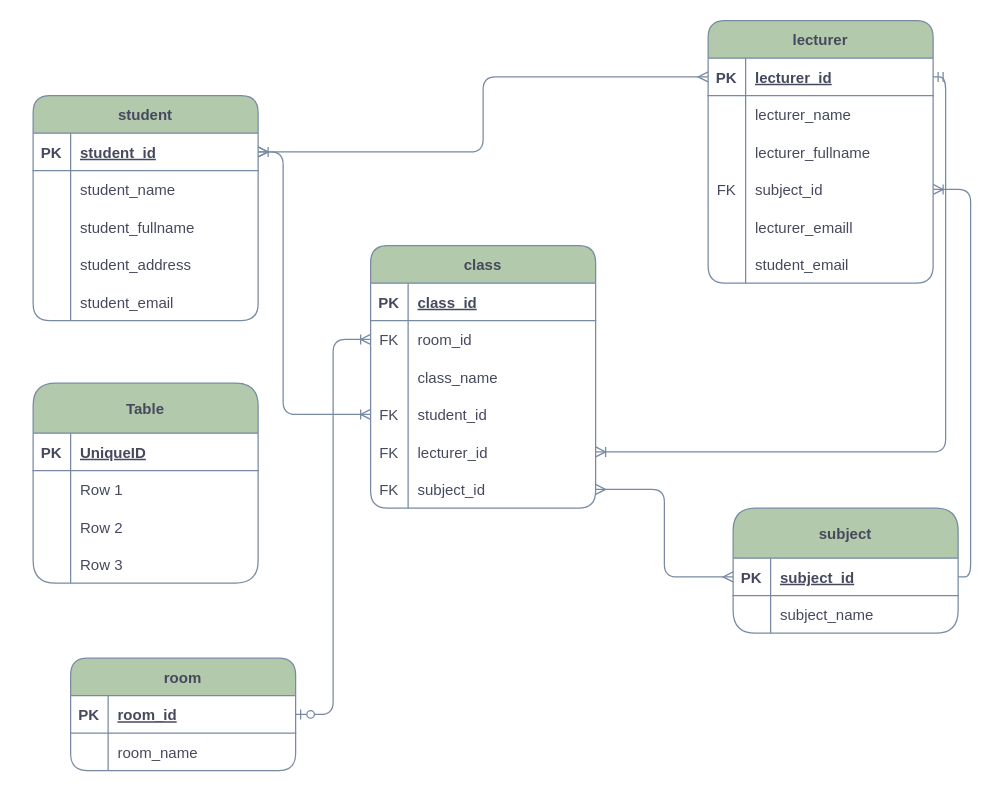
Above: Biểu đồ không có tiêu đề.drawio in Meoleodeo/erd-sth (draw.io), before the change. Source tidied: cells renumbered, new cells numbered last; positions are measured from the earlier drawing's top-left corner, leaving out a move shared by most shapes. Both pictures are drawn from the tidied source at 125%, with x=0, y=0 at pixel (32, 20).
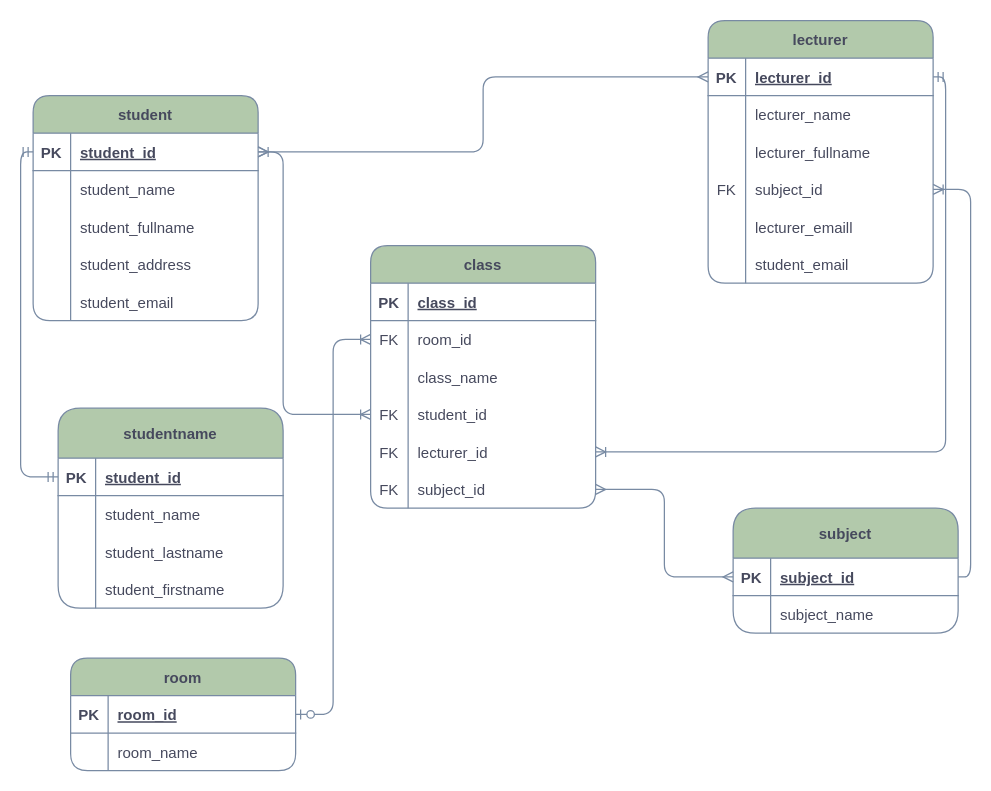
After the change.

Commit message (it also covers changes not shown here):
Cập nhật Biểu đồ không có tiêu đề.drawio

Unchanged cells that the change refers to:
```xml
<mxCell id="3" style="shape=tableRow;horizontal=0;startSize=0;swimlaneHead=0;swimlaneBody=0;fillColor=none;points=[[0,0.5],[1,0.5]];portConstraint=eastwest;top=0;left=0;right=0;bottom=1;labelBackgroundColor=none;strokeColor=#788AA3;fontColor=#46495D;rounded=1;" parent="2" vertex="1">
  <mxGeometry y="30" width="180" height="30" as="geometry" />
</mxCell>
<mxCell id="78" style="shape=tableRow;horizontal=0;startSize=0;swimlaneHead=0;swimlaneBody=0;fillColor=none;points=[[0,0.5],[1,0.5]];portConstraint=eastwest;top=0;left=0;right=0;bottom=1;labelBackgroundColor=none;strokeColor=#788AA3;fontColor=#46495D;rounded=1;" parent="77" vertex="1">
  <mxGeometry y="40" width="180" height="30" as="geometry" />
</mxCell>
<mxCell id="81" style="shape=tableRow;horizontal=0;startSize=0;swimlaneHead=0;swimlaneBody=0;fillColor=none;top=0;left=0;right=0;bottom=0;labelBackgroundColor=none;strokeColor=#788AA3;fontColor=#46495D;rounded=1;" parent="77" vertex="1">
  <mxGeometry y="70" width="180" height="30" as="geometry" />
</mxCell>
<mxCell id="84" style="shape=tableRow;horizontal=0;startSize=0;swimlaneHead=0;swimlaneBody=0;fillColor=none;top=0;left=0;right=0;bottom=0;labelBackgroundColor=none;strokeColor=#788AA3;fontColor=#46495D;rounded=1;" parent="77" vertex="1">
  <mxGeometry y="100" width="180" height="30" as="geometry" />
</mxCell>
<mxCell id="87" style="shape=tableRow;horizontal=0;startSize=0;swimlaneHead=0;swimlaneBody=0;fillColor=none;top=0;left=0;right=0;bottom=0;labelBackgroundColor=none;strokeColor=#788AA3;fontColor=#46495D;rounded=1;" parent="77" vertex="1">
  <mxGeometry y="130" width="180" height="30" as="geometry" />
</mxCell>
```

Diff of the diagram source:
```diff
@@
-    <mxCell id="77" value="Table" style="shape=table;startSize=40;childLayout=tableLayout;rowLines=0;fontStyle=1;align=center;labelBackgroundColor=none;fillColor=#B2C9AB;strokeColor=#788AA3;fontColor=#46495D;rounded=1;" parent="1" vertex="1">
-      <mxGeometry y="290" width="180" height="160" as="geometry" />
+    <mxCell id="77" value="studentname" style="shape=table;startSize=40;childLayout=tableLayout;rowLines=0;fontStyle=1;align=center;labelBackgroundColor=none;fillColor=#B2C9AB;strokeColor=#788AA3;fontColor=#46495D;rounded=1;" parent="1" vertex="1">
+      <mxGeometry x="20" y="310" width="180" height="160" as="geometry" />
     </mxCell>
@@
-    <mxCell id="80" value="UniqueID" style="shape=partialRectangle;fillColor=none;top=0;left=0;bottom=0;right=0;align=left;spacingLeft=6;fontStyle=5;overflow=hidden;labelBackgroundColor=none;strokeColor=#788AA3;fontColor=#46495D;rounded=1;" parent="78" vertex="1">
+    <mxCell id="80" value="student_id" style="shape=partialRectangle;fillColor=none;top=0;left=0;bottom=0;right=0;align=left;spacingLeft=6;fontStyle=5;overflow=hidden;labelBackgroundColor=none;strokeColor=#788AA3;fontColor=#46495D;rounded=1;" parent="78" vertex="1">
       <mxGeometry x="30" width="150" height="30" as="geometry" />
     </mxCell>
@@
-    <mxCell id="83" value="Row 1" style="shape=partialRectangle;fillColor=none;top=0;left=0;bottom=0;right=0;align=left;spacingLeft=6;overflow=hidden;labelBackgroundColor=none;strokeColor=#788AA3;fontColor=#46495D;rounded=1;" parent="81" vertex="1">
+    <mxCell id="83" value="student_name" style="shape=partialRectangle;fillColor=none;top=0;left=0;bottom=0;right=0;align=left;spacingLeft=6;overflow=hidden;labelBackgroundColor=none;strokeColor=#788AA3;fontColor=#46495D;rounded=1;" parent="81" vertex="1">
       <mxGeometry x="30" width="150" height="30" as="geometry" />
     </mxCell>
@@
-    <mxCell id="86" value="Row 2" style="shape=partialRectangle;fillColor=none;top=0;left=0;bottom=0;right=0;align=left;spacingLeft=6;overflow=hidden;labelBackgroundColor=none;strokeColor=#788AA3;fontColor=#46495D;rounded=1;" parent="84" vertex="1">
+    <mxCell id="86" value="student_lastname" style="shape=partialRectangle;fillColor=none;top=0;left=0;bottom=0;right=0;align=left;spacingLeft=6;overflow=hidden;labelBackgroundColor=none;strokeColor=#788AA3;fontColor=#46495D;rounded=1;" parent="84" vertex="1">
       <mxGeometry x="30" width="150" height="30" as="geometry" />
     </mxCell>
@@
-    <mxCell id="89" value="Row 3" style="shape=partialRectangle;fillColor=none;top=0;left=0;bottom=0;right=0;align=left;spacingLeft=6;overflow=hidden;labelBackgroundColor=none;strokeColor=#788AA3;fontColor=#46495D;rounded=1;" parent="87" vertex="1">
+    <mxCell id="89" value="student_firstname" style="shape=partialRectangle;fillColor=none;top=0;left=0;bottom=0;right=0;align=left;spacingLeft=6;overflow=hidden;labelBackgroundColor=none;strokeColor=#788AA3;fontColor=#46495D;rounded=1;" parent="87" vertex="1">
       <mxGeometry x="30" width="150" height="30" as="geometry" />
     </mxCell>
+    <mxCell id="90" style="edgeStyle=orthogonalEdgeStyle;fontSize=12;html=1;endArrow=ERmandOne;startArrow=ERmandOne;rounded=1;strokeColor=#788AA3;fontColor=#46495D;fillColor=#B2C9AB;entryX=0;entryY=0.5;entryDx=0;entryDy=0;exitX=0;exitY=0.5;exitDx=0;exitDy=0;" parent="1" edge="1" source="78" target="3">
+      <mxGeometry relative="1" as="geometry" />
+    </mxCell>
```
